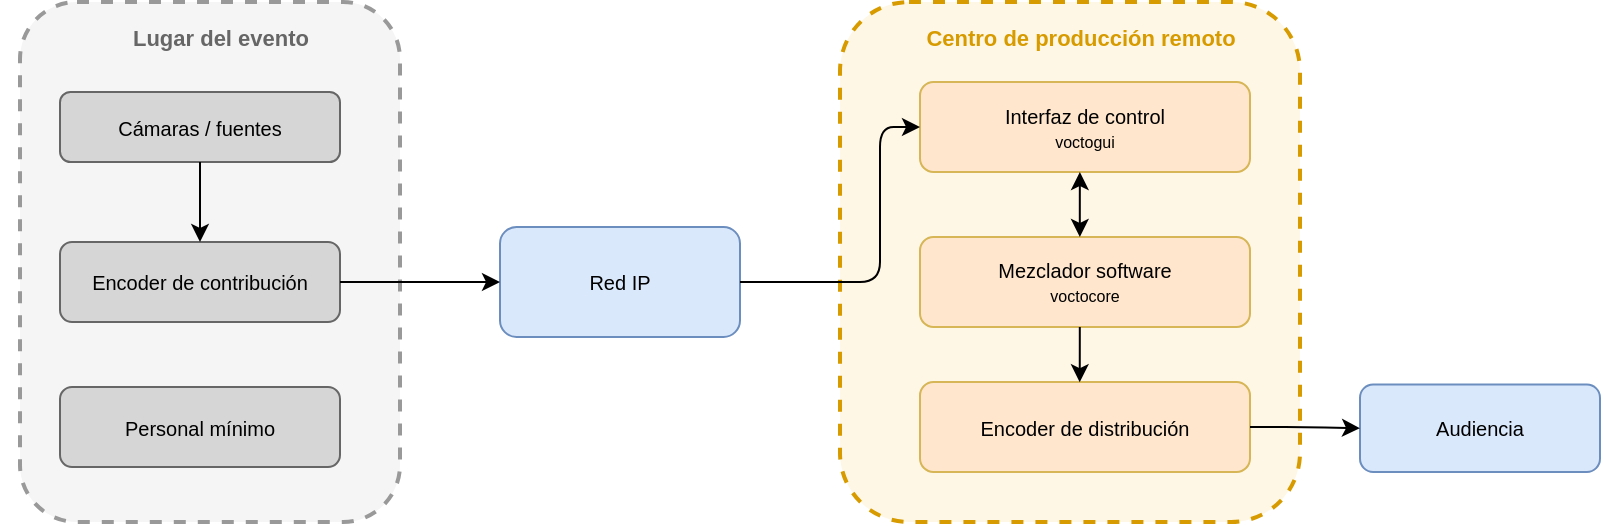
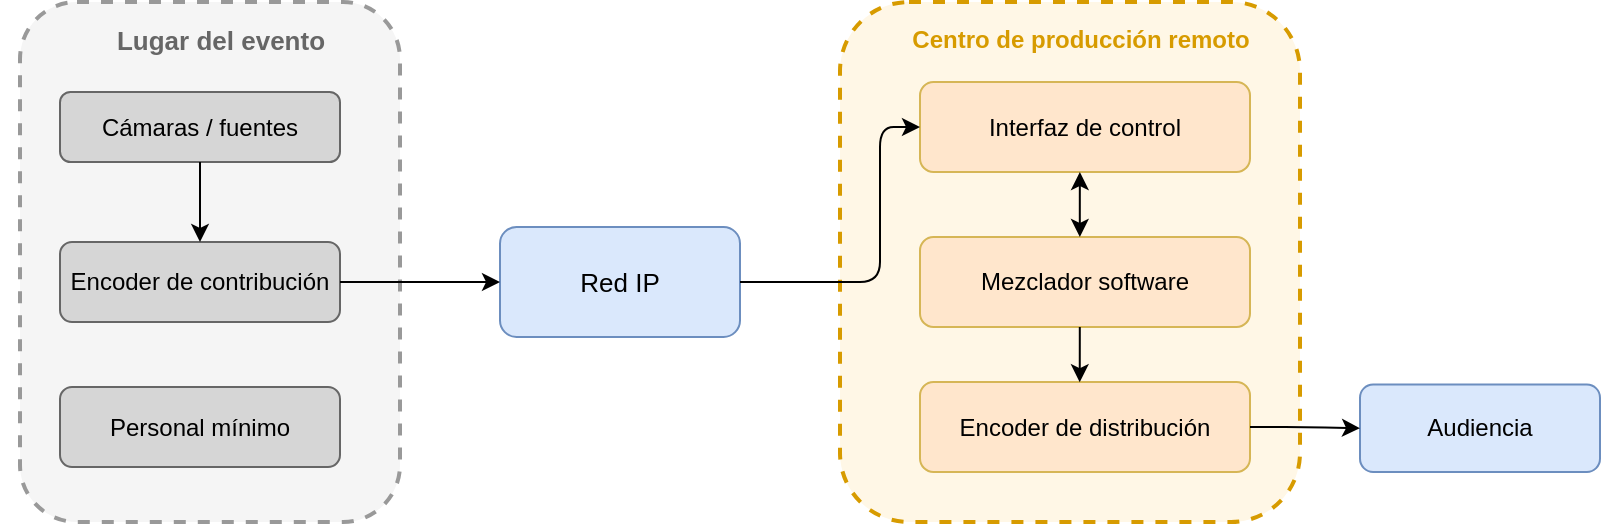
<mxfile host="65bd71144e">
    <diagram id="qaE4JLW-TuYJTk9MFl_J" name="Page-1">
-         <mxGraphModel dx="349" dy="216" grid="1" gridSize="10" guides="1" tooltips="1" connect="1" arrows="1" fold="1" page="1" pageScale="1" pageWidth="1169" pageHeight="500" math="0" shadow="0">
+         <mxGraphModel dx="509" dy="283" grid="1" gridSize="10" guides="1" tooltips="1" connect="1" arrows="1" fold="1" page="1" pageScale="1" pageWidth="1169" pageHeight="500" math="0" shadow="0">
            <root>
                <mxCell id="0"/>
                <mxCell id="1" parent="0"/>
                <mxCell id="2" value="" style="rounded=1;whiteSpace=wrap;html=1;dashed=1;strokeColor=#999999;fillColor=#f5f5f5;strokeWidth=2;" parent="1" vertex="1">
                    <mxGeometry x="20" y="20" width="190" height="260" as="geometry"/>
                </mxCell>
-                 <mxCell id="3" value="Lugar del evento" style="text;html=1;strokeColor=none;fillColor=none;align=center;fontStyle=1;fontSize=11;fontColor=#666666;" parent="1" vertex="1">
+                 <mxCell id="3" value="&lt;font style=&quot;font-size: 13px;&quot;&gt;Lugar del evento&lt;/font&gt;" style="text;html=1;strokeColor=none;fillColor=none;align=center;fontStyle=1;fontSize=11;fontColor=#666666;" parent="1" vertex="1">
                    <mxGeometry x="10" y="25" width="220" height="30" as="geometry"/>
                </mxCell>
-                 <mxCell id="4" value="Cámaras / fuentes" style="rounded=1;whiteSpace=wrap;html=1;fillColor=#d6d6d6;strokeColor=#666666;fontSize=10;" parent="1" vertex="1">
+                 <mxCell id="4" value="&lt;font style=&quot;font-size: 12px;&quot;&gt;Cámaras / fuentes&lt;/font&gt;" style="rounded=1;whiteSpace=wrap;html=1;fillColor=#d6d6d6;strokeColor=#666666;fontSize=10;" parent="1" vertex="1">
                    <mxGeometry x="40" y="65" width="140" height="35" as="geometry"/>
                </mxCell>
-                 <mxCell id="5" value="Encoder de contribución" style="rounded=1;whiteSpace=wrap;html=1;fillColor=#d6d6d6;strokeColor=#666666;fontSize=10;" parent="1" vertex="1">
+                 <mxCell id="5" value="&lt;font style=&quot;font-size: 12px;&quot;&gt;Encoder de contribución&lt;/font&gt;" style="rounded=1;whiteSpace=wrap;html=1;fillColor=#d6d6d6;strokeColor=#666666;fontSize=10;" parent="1" vertex="1">
                    <mxGeometry x="40" y="140" width="140" height="40" as="geometry"/>
                </mxCell>
-                 <mxCell id="6" value="Personal mínimo" style="rounded=1;whiteSpace=wrap;html=1;fillColor=#d6d6d6;strokeColor=#666666;fontSize=10;" parent="1" vertex="1">
+                 <mxCell id="6" value="&lt;font style=&quot;font-size: 12px;&quot;&gt;Personal mínimo&lt;/font&gt;" style="rounded=1;whiteSpace=wrap;html=1;fillColor=#d6d6d6;strokeColor=#666666;fontSize=10;" parent="1" vertex="1">
                    <mxGeometry x="40" y="212.5" width="140" height="40" as="geometry"/>
                </mxCell>
-                 <mxCell id="7" value="Red IP" style="rounded=1;whiteSpace=wrap;html=1;fillColor=#dae8fc;strokeColor=#6c8ebf;fontSize=10;" parent="1" vertex="1">
+                 <mxCell id="7" value="&lt;font style=&quot;font-size: 13px;&quot;&gt;Red IP&lt;/font&gt;" style="rounded=1;whiteSpace=wrap;html=1;fillColor=#dae8fc;strokeColor=#6c8ebf;fontSize=10;" parent="1" vertex="1">
                    <mxGeometry x="260" y="132.5" width="120" height="55" as="geometry"/>
                </mxCell>
                <mxCell id="8" value="" style="rounded=1;whiteSpace=wrap;html=1;dashed=1;strokeColor=#d79b00;fillColor=#fff7e6;strokeWidth=2;" parent="1" vertex="1">
                    <mxGeometry x="430" y="20" width="230" height="260" as="geometry"/>
                </mxCell>
-                 <mxCell id="9" value="Centro de producción remoto" style="text;html=1;strokeColor=none;fillColor=none;align=center;fontStyle=1;fontSize=11;fontColor=#d79b00;" parent="1" vertex="1">
+                 <mxCell id="9" value="&lt;font style=&quot;font-size: 12px;&quot;&gt;Centro de producción remoto&lt;/font&gt;" style="text;html=1;strokeColor=none;fillColor=none;align=center;fontStyle=1;fontSize=11;fontColor=#d79b00;" parent="1" vertex="1">
                    <mxGeometry x="420" y="25" width="260" height="20" as="geometry"/>
                </mxCell>
-                 <mxCell id="10" value="Mezclador software&lt;br&gt;&lt;font style=&quot;font-size:8px&quot;&gt;voctocore&lt;/font&gt;" style="rounded=1;whiteSpace=wrap;html=1;fillColor=#FFE6CC;strokeColor=#d6b656;fontSize=10;" parent="1" vertex="1">
+                 <mxCell id="10" value="&lt;font style=&quot;font-size: 12px;&quot;&gt;Mezclador software&lt;/font&gt;" style="rounded=1;whiteSpace=wrap;html=1;fillColor=#FFE6CC;strokeColor=#d6b656;fontSize=10;" parent="1" vertex="1">
                    <mxGeometry x="470" y="137.5" width="165" height="45" as="geometry"/>
                </mxCell>
-                 <mxCell id="11" value="Interfaz de control&lt;br&gt;&lt;font style=&quot;font-size:8px&quot;&gt;voctogui&lt;/font&gt;" style="rounded=1;whiteSpace=wrap;html=1;fillColor=#FFE6CC;strokeColor=#d6b656;fontSize=10;" parent="1" vertex="1">
+                 <mxCell id="11" value="&lt;font style=&quot;font-size: 12px;&quot;&gt;Interfaz de control&lt;/font&gt;" style="rounded=1;whiteSpace=wrap;html=1;fillColor=#FFE6CC;strokeColor=#d6b656;fontSize=10;" parent="1" vertex="1">
                    <mxGeometry x="470" y="60" width="165" height="45" as="geometry"/>
                </mxCell>
-                 <mxCell id="12" value="Encoder de distribución" style="rounded=1;whiteSpace=wrap;html=1;fillColor=#FFE6CC;strokeColor=#d6b656;fontSize=10;" parent="1" vertex="1">
+                 <mxCell id="12" value="&lt;font style=&quot;font-size: 12px;&quot;&gt;Encoder de distribución&lt;/font&gt;" style="rounded=1;whiteSpace=wrap;html=1;fillColor=#FFE6CC;strokeColor=#d6b656;fontSize=10;" parent="1" vertex="1">
                    <mxGeometry x="470" y="210" width="165" height="45" as="geometry"/>
                </mxCell>
-                 <mxCell id="13" value="Audiencia" style="rounded=1;whiteSpace=wrap;html=1;fillColor=#dae8fc;strokeColor=#6c8ebf;fontSize=10;" parent="1" vertex="1">
+                 <mxCell id="13" value="&lt;font style=&quot;font-size: 12px;&quot;&gt;Audiencia&lt;/font&gt;" style="rounded=1;whiteSpace=wrap;html=1;fillColor=#dae8fc;strokeColor=#6c8ebf;fontSize=10;" parent="1" vertex="1">
                    <mxGeometry x="690" y="211.25" width="120" height="43.75" as="geometry"/>
                </mxCell>
                <mxCell id="14" value="" style="edgeStyle=orthogonalEdgeStyle;" parent="1" source="4" target="5" edge="1">
                    <mxGeometry relative="1" as="geometry"/>
                </mxCell>
                <mxCell id="15" value="" style="edgeStyle=orthogonalEdgeStyle;fontSize=9;" parent="1" source="5" target="7" edge="1">
                    <mxGeometry x="0.2" y="15" relative="1" as="geometry">
                        <mxPoint as="offset"/>
                    </mxGeometry>
                </mxCell>
                <mxCell id="16" value="" style="edgeStyle=orthogonalEdgeStyle;exitX=1;exitY=0.5;exitDx=0;exitDy=0;entryX=0;entryY=0.5;entryDx=0;entryDy=0;" parent="1" source="7" target="11" edge="1">
                    <mxGeometry relative="1" as="geometry">
                        <Array as="points">
                            <mxPoint x="450" y="160"/>
                            <mxPoint x="450" y="83"/>
                        </Array>
                    </mxGeometry>
                </mxCell>
                <mxCell id="17" value="" style="edgeStyle=orthogonalEdgeStyle;startArrow=classic;startFill=1;" parent="1" edge="1">
                    <mxGeometry relative="1" as="geometry">
                        <mxPoint x="549.93" y="137.5" as="sourcePoint"/>
                        <mxPoint x="549.93" y="105" as="targetPoint"/>
                        <Array as="points">
                            <mxPoint x="549.93" y="125"/>
                            <mxPoint x="549.93" y="125"/>
                        </Array>
                    </mxGeometry>
                </mxCell>
                <mxCell id="19" value="" style="edgeStyle=orthogonalEdgeStyle;fontSize=9;entryX=0;entryY=0.5;entryDx=0;entryDy=0;" parent="1" source="12" target="13" edge="1">
                    <mxGeometry x="0.2727" y="18" relative="1" as="geometry">
                        <mxPoint x="705" y="227.5" as="targetPoint"/>
                        <mxPoint y="1" as="offset"/>
                    </mxGeometry>
                </mxCell>
                <mxCell id="27" value="" style="edgeStyle=orthogonalEdgeStyle;startArrow=classic;startFill=1;endArrow=none;endFill=0;exitX=0.484;exitY=0.002;exitDx=0;exitDy=0;exitPerimeter=0;" edge="1" parent="1" source="12">
                    <mxGeometry relative="1" as="geometry">
                        <mxPoint x="549.9" y="215" as="sourcePoint"/>
                        <mxPoint x="549.9" y="182.5" as="targetPoint"/>
                        <Array as="points"/>
                    </mxGeometry>
                </mxCell>
            </root>
        </mxGraphModel>
    </diagram>
</mxfile>